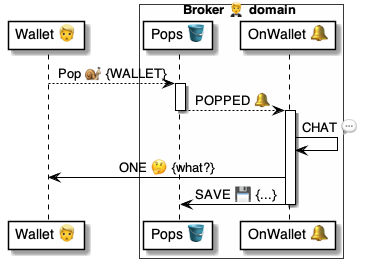
pollyweb-org/pollyweb-docs keeps this PlantUML diagram as 4 ⚙️ Solution/20 🧑‍🦰 UI/Brokers 🤵/🤵🔆 Broker locators/PopWallet 🔆/Wallet/🤵 PopWallet ⚙️ uml.png. Above is the earlier version. Its source is kept beside it as 4 ⚙️ Solution/20 🧑‍🦰 UI/Brokers 🤵/🤵🔆 Broker locators/PopWallet 🔆/Wallet/🤵 PopWallet ⚙️ uml.puml.
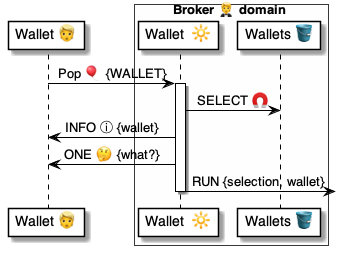
The same file after the commit.

Change to the diagram source:
```diff
@@ -1,22 +1,20 @@
-@startuml OnPopPopped
+@startuml PopWallet
 
 participant "Wallet 👱" as wallet
 box Broker 🤵 domain #FFFFFA
-    participant "Pops 🪣" as pops
-    participant "OnWallet 🔔" as popped
+    participant "Wallet  🔆" as popped
+    participant "Wallets 🪣" as wallets
 end box
 
 
-wallet --> pops: Pop 🐌 {WALLET}
-
-activate pops
-    pops --> popped: POPPED 🔔
-deactivate pops
+wallet -> popped: Pop 🎈 {WALLET}
 
 activate popped
-    popped -> popped: CHAT 💬
+    popped -> wallets: SELECT 🧲
+    popped -> wallet: INFO ⓘ {wallet}
     popped -> wallet: ONE 🤔 {what?}
-    popped -> pops: SAVE 💾 {...}
+    popped -> : RUN {selection, wallet}
 deactivate popped
 
+
 @enduml
```
